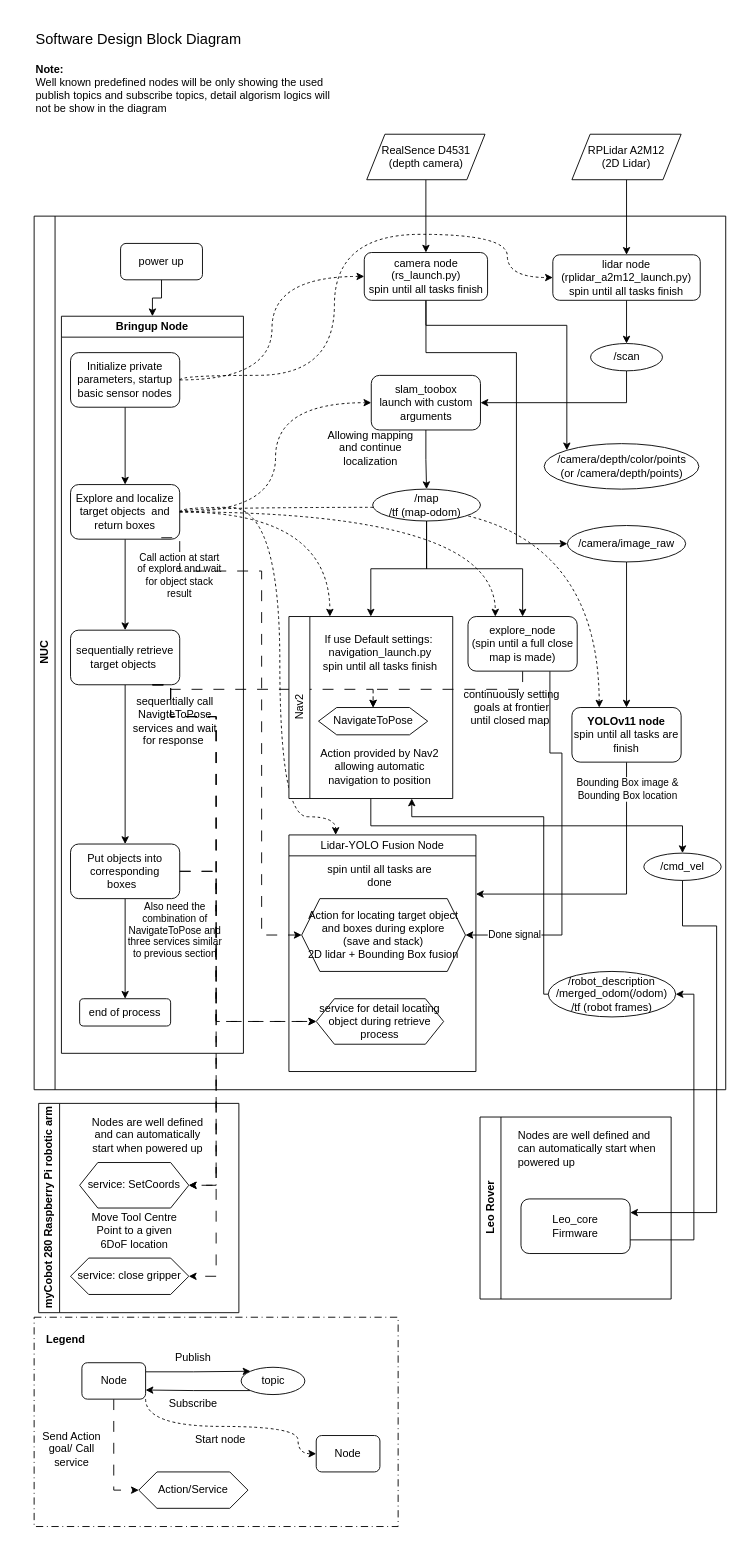
Before: CW4_preliminary_design_review/Block_diagrams/software_design/CW4_software_designV2.drawio in longchuanYoRHa/Group12_team_space, a draw.io diagram. Source tidied: cells renumbered, new cells numbered last; positions are measured from the earlier drawing's top-left corner, leaving out a move shared by most shapes. Both pictures are drawn from the tidied source at 91%, with x=0, y=0 at pixel (15, 15).
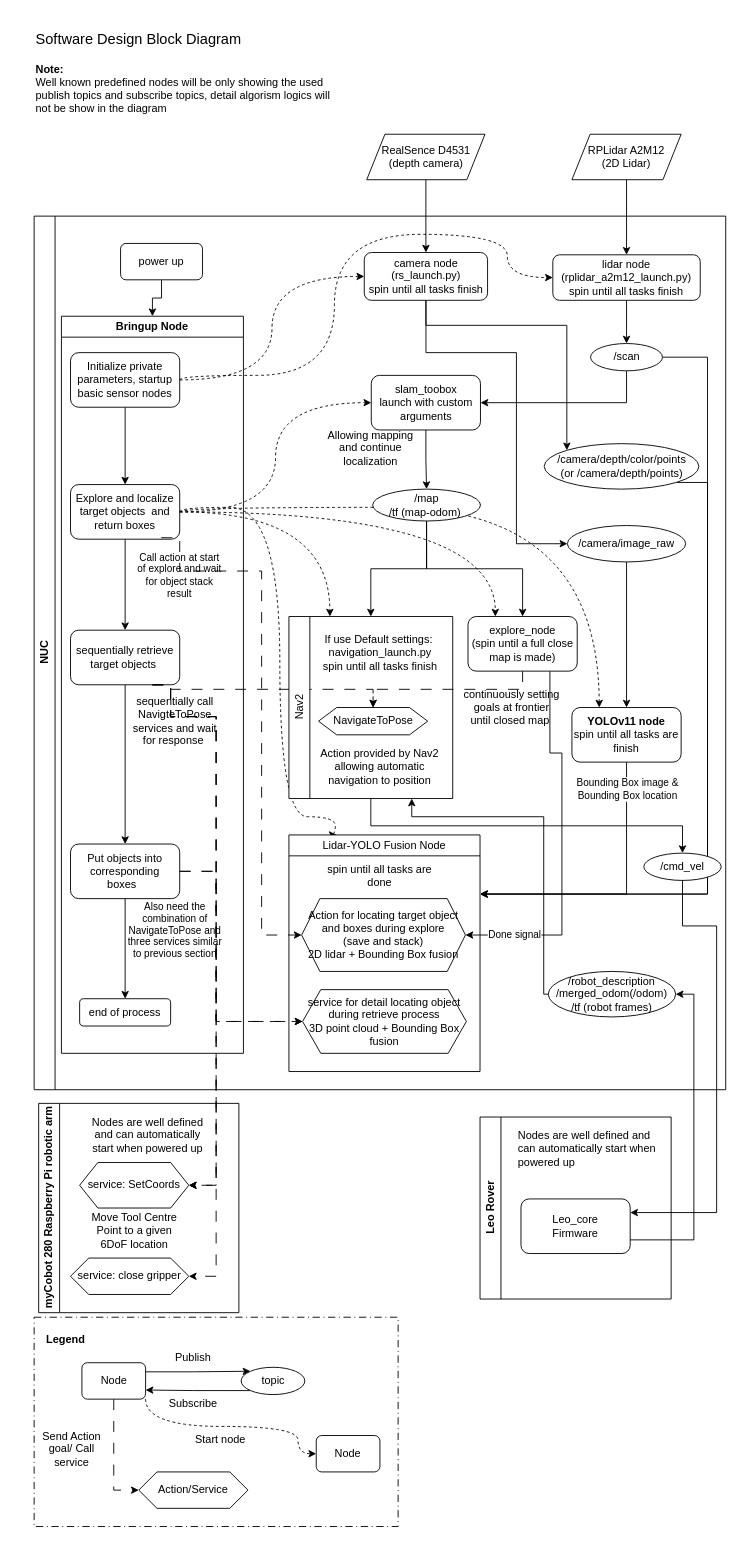
The same diagram, later.

Unchanged cells that the change refers to:
```xml
<mxCell id="5" value="NUC" style="swimlane;horizontal=0;whiteSpace=wrap;html=1;" parent="1" vertex="1">
  <mxGeometry x="20" y="220" width="760" height="960" as="geometry" />
</mxCell>
<mxCell id="48" value="/scan" style="ellipse;whiteSpace=wrap;html=1;" parent="5" vertex="1">
  <mxGeometry x="611.5" y="140" width="79" height="30" as="geometry" />
</mxCell>
<mxCell id="49" value="/camera/depth/color/points&lt;div&gt;(or&amp;nbsp;&lt;span style=&quot;background-color: transparent; color: light-dark(rgb(0, 0, 0), rgb(255, 255, 255));&quot;&gt;/camera/depth/points)&lt;/span&gt;&lt;/div&gt;" style="ellipse;whiteSpace=wrap;html=1;" parent="5" vertex="1">
  <mxGeometry x="560.5" y="250" width="170" height="50" as="geometry" />
</mxCell>
```

What changed in the source:
```diff
@@
     <mxCell id="35" value="&lt;span style=&quot;font-weight: 400;&quot;&gt;Lidar-YOLO Fusion Node&lt;/span&gt;" style="swimlane;whiteSpace=wrap;html=1;" parent="5" vertex="1">
-      <mxGeometry x="280" y="680" width="205.5" height="260" as="geometry" />
+      <mxGeometry x="280" y="680" width="210" height="260" as="geometry" />
     </mxCell>
@@
-    <mxCell id="38" value="service for detail locating object during retrieve process" style="shape=hexagon;perimeter=hexagonPerimeter2;whiteSpace=wrap;html=1;fixedSize=1;" parent="35" vertex="1">
-      <mxGeometry x="30" y="180" width="140" height="50" as="geometry" />
+    <mxCell id="38" value="service for detail locating object during retrieve process&lt;div&gt;3D point cloud + Bounding Box fusion&lt;/div&gt;" style="shape=hexagon;perimeter=hexagonPerimeter2;whiteSpace=wrap;html=1;fixedSize=1;" parent="35" vertex="1">
+      <mxGeometry x="15" y="170" width="180" height="70" as="geometry" />
     </mxCell>
@@
+    <mxCell id="98" style="edgeStyle=orthogonalEdgeStyle;rounded=0;jettySize=auto;html=1;exitX=1;exitY=0.5;exitDx=0;exitDy=0;entryX=1;entryY=0.25;entryDx=0;entryDy=0;" parent="5" edge="1" source="48" target="35">
+      <mxGeometry relative="1" as="geometry">
+        <Array as="points">
+          <mxPoint x="740" y="155" />
+          <mxPoint x="740" y="745" />
+        </Array>
+      </mxGeometry>
+    </mxCell>
@@
+    <mxCell id="99" style="edgeStyle=orthogonalEdgeStyle;rounded=0;jettySize=auto;html=1;exitX=1;exitY=1;exitDx=0;exitDy=0;entryX=1;entryY=0.25;entryDx=0;entryDy=0;" parent="5" edge="1" source="49" target="35">
+      <mxGeometry relative="1" as="geometry">
+        <Array as="points">
+          <mxPoint x="740" y="293" />
+          <mxPoint x="740" y="745" />
+        </Array>
+      </mxGeometry>
+    </mxCell>
```
